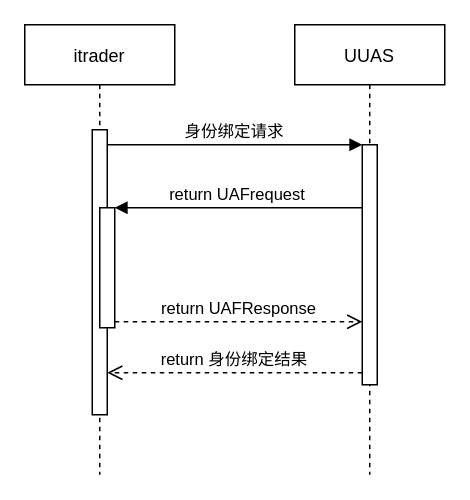
The draw.io diagram Untitled Diagram.drawio in xuxiang668/JavaQ-A, before the edit. Source tidied: cells renumbered, new cells numbered last; positions are measured from the earlier drawing's top-left corner, leaving out a move shared by most shapes. Both pictures are drawn from the tidied source at 150%, with x=0, y=0 at pixel (24, 24).
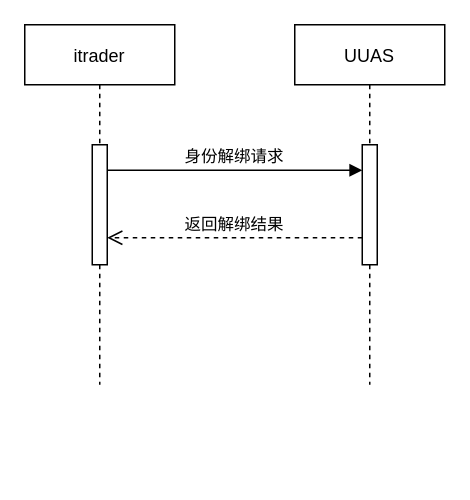
The same page after the edit.

Change to the diagram source:
```diff
@@
 <mxGraphModel>
   <root>
     <mxCell id="0" />
     <mxCell id="1" parent="0" />
     <mxCell id="2" value="itrader" style="shape=umlLifeline;perimeter=lifelinePerimeter;rounded=0;shadow=0;strokeWidth=1;" parent="1" vertex="1">
-      <mxGeometry width="100" height="300" as="geometry" />
+      <mxGeometry width="100" height="240" as="geometry" />
     </mxCell>
     <mxCell id="3" style="points=[];perimeter=orthogonalPerimeter;rounded=0;shadow=0;strokeWidth=1;" parent="2" vertex="1">
-      <mxGeometry x="45" y="70" width="10" height="190" as="geometry" />
+      <mxGeometry x="45" y="80" width="10" height="80" as="geometry" />
     </mxCell>
-    <mxCell id="4" style="points=[];perimeter=orthogonalPerimeter;rounded=0;shadow=0;strokeWidth=1;" parent="2" vertex="1">
-      <mxGeometry x="50" y="122" width="10" height="80" as="geometry" />
-    </mxCell>
     <mxCell id="5" value="UUAS" style="shape=umlLifeline;perimeter=lifelinePerimeter;rounded=0;shadow=0;strokeWidth=1;" parent="1" vertex="1">
-      <mxGeometry x="180" width="100" height="300" as="geometry" />
+      <mxGeometry x="180" width="100" height="240" as="geometry" />
     </mxCell>
     <mxCell id="6" style="points=[];perimeter=orthogonalPerimeter;rounded=0;shadow=0;strokeWidth=1;" parent="5" vertex="1">
-      <mxGeometry x="45" y="80" width="10" height="160" as="geometry" />
+      <mxGeometry x="45" y="80" width="10" height="80" as="geometry" />
     </mxCell>
-    <mxCell id="7" value="return 身份绑定结果" style="verticalAlign=bottom;endArrow=open;dashed=1;endSize=8;exitX=0;exitY=0.95;shadow=0;strokeWidth=1;" parent="1" edge="1" source="6" target="3">
-      <mxGeometry relative="1" as="geometry" />
+    <mxCell id="7" value="返回解绑结果" style="verticalAlign=bottom;endArrow=open;dashed=1;endSize=8;exitX=0;exitY=0.95;shadow=0;strokeWidth=1;" parent="1" edge="1">
+      <mxGeometry relative="1" as="geometry">
+        <mxPoint x="225" y="142" as="sourcePoint" />
+        <mxPoint x="55" y="142" as="targetPoint" />
+      </mxGeometry>
     </mxCell>
-    <mxCell id="8" value="身份绑定请求" style="verticalAlign=bottom;endArrow=block;entryX=0;entryY=0;shadow=0;strokeWidth=1;" parent="1" edge="1" source="3" target="6">
-      <mxGeometry relative="1" as="geometry" />
+    <mxCell id="8" value="身份解绑请求" style="verticalAlign=bottom;endArrow=block;entryX=0;entryY=0;shadow=0;strokeWidth=1;" parent="1" edge="1">
+      <mxGeometry relative="1" as="geometry">
+        <mxPoint x="55" y="97" as="sourcePoint" />
+        <mxPoint x="225" y="97" as="targetPoint" />
+      </mxGeometry>
     </mxCell>
-    <mxCell id="9" value="return UAFrequest" style="verticalAlign=bottom;endArrow=block;entryX=1;entryY=0;shadow=0;strokeWidth=1;" parent="1" edge="1" source="6" target="4">
-      <mxGeometry relative="1" as="geometry" />
-    </mxCell>
-    <mxCell id="10" value="return UAFResponse" style="verticalAlign=bottom;endArrow=open;dashed=1;endSize=8;exitX=1;exitY=0.95;shadow=0;strokeWidth=1;" parent="1" edge="1" source="4" target="6">
-      <mxGeometry relative="1" as="geometry" />
-    </mxCell>
   </root>
 </mxGraphModel>
```
